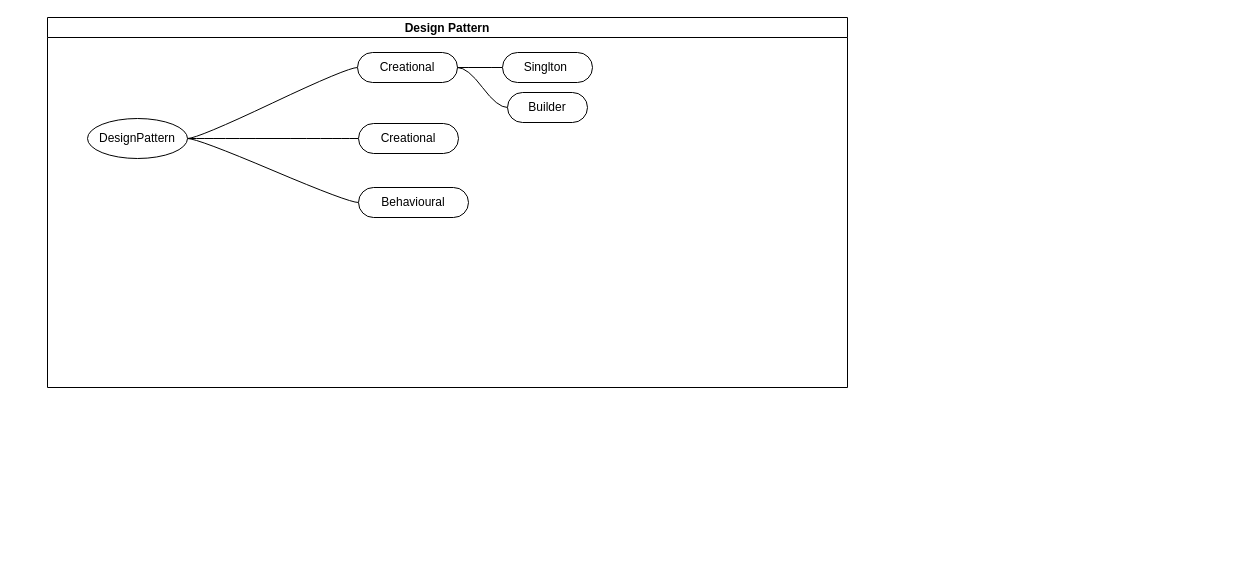
Above: page "Page-1" (1 of 2) of DesignPattern.drawio in MrityunjayPandeyy/Java-Design-Pattern (draw.io), before the change. Source tidied: cells renumbered, new cells numbered last; positions are measured from the earlier drawing's top-left corner, leaving out a move shared by most shapes. Both pictures are drawn from the tidied source at 100%, with x=0, y=0 at pixel (47, 17).
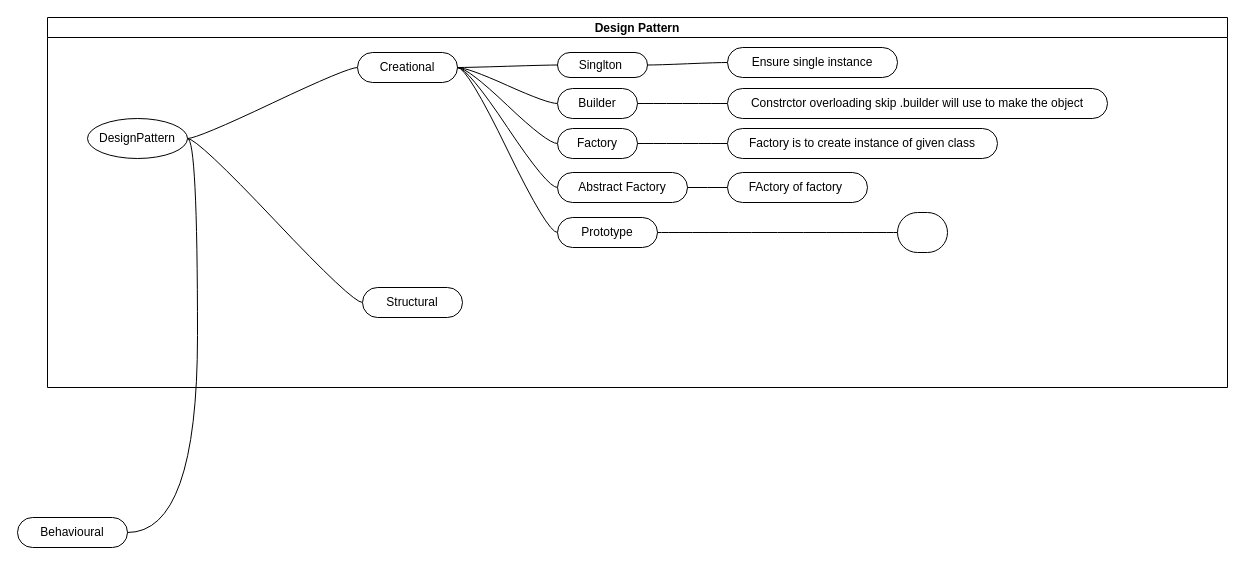
The same diagram, later.

Commit message (it also covers changes not shown here):
Builder Pattern

The change refers to these unchanged cells:
```xml
<mxCell id="6" value="DesignPattern" style="ellipse;whiteSpace=wrap;html=1;align=center;newEdgeStyle={&quot;edgeStyle&quot;:&quot;entityRelationEdgeStyle&quot;,&quot;startArrow&quot;:&quot;none&quot;,&quot;endArrow&quot;:&quot;none&quot;,&quot;segment&quot;:10,&quot;curved&quot;:1,&quot;sourcePerimeterSpacing&quot;:0,&quot;targetPerimeterSpacing&quot;:0};" parent="2" vertex="1">
  <mxGeometry x="40" y="101" width="100" height="40" as="geometry" />
</mxCell>
<mxCell id="7" value="Creational" style="whiteSpace=wrap;html=1;rounded=1;arcSize=50;align=center;verticalAlign=middle;strokeWidth=1;spacing=4;newEdgeStyle={&quot;edgeStyle&quot;:&quot;entityRelationEdgeStyle&quot;,&quot;startArrow&quot;:&quot;none&quot;,&quot;endArrow&quot;:&quot;none&quot;,&quot;segment&quot;:10,&quot;curved&quot;:1,&quot;sourcePerimeterSpacing&quot;:0,&quot;targetPerimeterSpacing&quot;:0};" parent="2" vertex="1">
  <mxGeometry x="310" y="35" width="100" height="30" as="geometry" />
</mxCell>
```

Diff of the diagram source:
```diff
@@
     <mxCell id="2" value="Design Pattern" style="swimlane;startSize=20;horizontal=1;containerType=tree;" parent="1" vertex="1">
-      <mxGeometry width="800" height="370" as="geometry" />
+      <mxGeometry width="1180" height="370" as="geometry" />
     </mxCell>
@@
-    <mxCell id="4" style="edgeStyle=entityRelationEdgeStyle;startArrow=none;endArrow=none;segment=10;curved=1;sourcePerimeterSpacing=0;targetPerimeterSpacing=0;" parent="2" edge="1" source="6" target="8">
-      <mxGeometry relative="1" as="geometry" />
-    </mxCell>
@@
-    <mxCell id="8" value="Behavioural" style="whiteSpace=wrap;html=1;rounded=1;arcSize=50;align=center;verticalAlign=middle;strokeWidth=1;spacing=4;newEdgeStyle={&quot;edgeStyle&quot;:&quot;entityRelationEdgeStyle&quot;,&quot;startArrow&quot;:&quot;none&quot;,&quot;endArrow&quot;:&quot;none&quot;,&quot;segment&quot;:10,&quot;curved&quot;:1,&quot;sourcePerimeterSpacing&quot;:0,&quot;targetPerimeterSpacing&quot;:0};" parent="2" vertex="1">
-      <mxGeometry x="311" y="170" width="110" height="30" as="geometry" />
-    </mxCell>
-    <mxCell id="9" value="Creational" style="whiteSpace=wrap;html=1;rounded=1;arcSize=50;align=center;verticalAlign=middle;strokeWidth=1;spacing=4;newEdgeStyle={&quot;edgeStyle&quot;:&quot;entityRelationEdgeStyle&quot;,&quot;startArrow&quot;:&quot;none&quot;,&quot;endArrow&quot;:&quot;none&quot;,&quot;segment&quot;:10,&quot;curved&quot;:1,&quot;sourcePerimeterSpacing&quot;:0,&quot;targetPerimeterSpacing&quot;:0};" parent="2" vertex="1">
-      <mxGeometry x="311" y="106" width="100" height="30" as="geometry" />
+    <mxCell id="9" value="Structural" style="whiteSpace=wrap;html=1;rounded=1;arcSize=50;align=center;verticalAlign=middle;strokeWidth=1;spacing=4;newEdgeStyle={&quot;edgeStyle&quot;:&quot;entityRelationEdgeStyle&quot;,&quot;startArrow&quot;:&quot;none&quot;,&quot;endArrow&quot;:&quot;none&quot;,&quot;segment&quot;:10,&quot;curved&quot;:1,&quot;sourcePerimeterSpacing&quot;:0,&quot;targetPerimeterSpacing&quot;:0};" parent="2" vertex="1">
+      <mxGeometry x="315" y="270" width="100" height="30" as="geometry" />
     </mxCell>
@@
     <mxCell id="11" value="Singlton&amp;nbsp;" style="whiteSpace=wrap;html=1;rounded=1;arcSize=50;align=center;verticalAlign=middle;strokeWidth=1;spacing=4;newEdgeStyle={&quot;edgeStyle&quot;:&quot;entityRelationEdgeStyle&quot;,&quot;startArrow&quot;:&quot;none&quot;,&quot;endArrow&quot;:&quot;none&quot;,&quot;segment&quot;:10,&quot;curved&quot;:1,&quot;sourcePerimeterSpacing&quot;:0,&quot;targetPerimeterSpacing&quot;:0};" parent="2" vertex="1">
-      <mxGeometry x="455" y="35" width="90" height="30" as="geometry" />
+      <mxGeometry x="510" y="35" width="90" height="25" as="geometry" />
     </mxCell>
@@
     <mxCell id="13" value="Builder" style="whiteSpace=wrap;html=1;rounded=1;arcSize=50;align=center;verticalAlign=middle;strokeWidth=1;spacing=4;newEdgeStyle={&quot;edgeStyle&quot;:&quot;entityRelationEdgeStyle&quot;,&quot;startArrow&quot;:&quot;none&quot;,&quot;endArrow&quot;:&quot;none&quot;,&quot;segment&quot;:10,&quot;curved&quot;:1,&quot;sourcePerimeterSpacing&quot;:0,&quot;targetPerimeterSpacing&quot;:0};" parent="2" vertex="1">
-      <mxGeometry x="460" y="75" width="80" height="30" as="geometry" />
+      <mxGeometry x="510" y="71" width="80" height="30" as="geometry" />
     </mxCell>
+    <mxCell id="14" style="edgeStyle=entityRelationEdgeStyle;startArrow=none;endArrow=none;segment=10;curved=1;sourcePerimeterSpacing=0;targetPerimeterSpacing=0;" parent="2" edge="1" source="7" target="15">
+      <mxGeometry relative="1" as="geometry" />
+    </mxCell>
+    <mxCell id="15" value="Factory" style="whiteSpace=wrap;html=1;rounded=1;arcSize=50;align=center;verticalAlign=middle;strokeWidth=1;spacing=4;newEdgeStyle={&quot;edgeStyle&quot;:&quot;entityRelationEdgeStyle&quot;,&quot;startArrow&quot;:&quot;none&quot;,&quot;endArrow&quot;:&quot;none&quot;,&quot;segment&quot;:10,&quot;curved&quot;:1,&quot;sourcePerimeterSpacing&quot;:0,&quot;targetPerimeterSpacing&quot;:0};" parent="2" vertex="1">
+      <mxGeometry x="510" y="111" width="80" height="30" as="geometry" />
+    </mxCell>
+    <mxCell id="16" style="edgeStyle=entityRelationEdgeStyle;startArrow=none;endArrow=none;segment=10;curved=1;sourcePerimeterSpacing=0;targetPerimeterSpacing=0;" parent="2" edge="1" source="7" target="17">
+      <mxGeometry relative="1" as="geometry" />
+    </mxCell>
+    <mxCell id="17" value="Abstract Factory" style="whiteSpace=wrap;html=1;rounded=1;arcSize=50;align=center;verticalAlign=middle;strokeWidth=1;spacing=4;newEdgeStyle={&quot;edgeStyle&quot;:&quot;entityRelationEdgeStyle&quot;,&quot;startArrow&quot;:&quot;none&quot;,&quot;endArrow&quot;:&quot;none&quot;,&quot;segment&quot;:10,&quot;curved&quot;:1,&quot;sourcePerimeterSpacing&quot;:0,&quot;targetPerimeterSpacing&quot;:0};" parent="2" vertex="1">
+      <mxGeometry x="510" y="155" width="130" height="30" as="geometry" />
+    </mxCell>
+    <mxCell id="18" style="edgeStyle=entityRelationEdgeStyle;startArrow=none;endArrow=none;segment=10;curved=1;sourcePerimeterSpacing=0;targetPerimeterSpacing=0;" parent="2" edge="1" source="7" target="19">
+      <mxGeometry relative="1" as="geometry" />
+    </mxCell>
+    <mxCell id="19" value="Prototype" style="whiteSpace=wrap;html=1;rounded=1;arcSize=50;align=center;verticalAlign=middle;strokeWidth=1;spacing=4;newEdgeStyle={&quot;edgeStyle&quot;:&quot;entityRelationEdgeStyle&quot;,&quot;startArrow&quot;:&quot;none&quot;,&quot;endArrow&quot;:&quot;none&quot;,&quot;segment&quot;:10,&quot;curved&quot;:1,&quot;sourcePerimeterSpacing&quot;:0,&quot;targetPerimeterSpacing&quot;:0};" parent="2" vertex="1">
+      <mxGeometry x="510" y="200" width="100" height="30" as="geometry" />
+    </mxCell>
+    <mxCell id="20" style="edgeStyle=entityRelationEdgeStyle;startArrow=none;endArrow=none;segment=10;curved=1;sourcePerimeterSpacing=0;targetPerimeterSpacing=0;" parent="2" edge="1" source="11" target="21">
+      <mxGeometry relative="1" as="geometry" />
+    </mxCell>
+    <mxCell id="21" value="Ensure single instance" style="whiteSpace=wrap;html=1;rounded=1;arcSize=50;align=center;verticalAlign=middle;strokeWidth=1;spacing=4;newEdgeStyle={&quot;edgeStyle&quot;:&quot;entityRelationEdgeStyle&quot;,&quot;startArrow&quot;:&quot;none&quot;,&quot;endArrow&quot;:&quot;none&quot;,&quot;segment&quot;:10,&quot;curved&quot;:1,&quot;sourcePerimeterSpacing&quot;:0,&quot;targetPerimeterSpacing&quot;:0};" parent="2" vertex="1">
+      <mxGeometry x="680" y="30" width="170" height="30" as="geometry" />
+    </mxCell>
+    <mxCell id="22" style="edgeStyle=entityRelationEdgeStyle;startArrow=none;endArrow=none;segment=10;curved=1;sourcePerimeterSpacing=0;targetPerimeterSpacing=0;" parent="2" edge="1" source="13" target="23">
+      <mxGeometry relative="1" as="geometry" />
+    </mxCell>
+    <mxCell id="23" value="Constrctor overloading skip .builder will use to make the object" style="whiteSpace=wrap;html=1;rounded=1;arcSize=50;align=center;verticalAlign=middle;strokeWidth=1;spacing=4;newEdgeStyle={&quot;edgeStyle&quot;:&quot;entityRelationEdgeStyle&quot;,&quot;startArrow&quot;:&quot;none&quot;,&quot;endArrow&quot;:&quot;none&quot;,&quot;segment&quot;:10,&quot;curved&quot;:1,&quot;sourcePerimeterSpacing&quot;:0,&quot;targetPerimeterSpacing&quot;:0};" parent="2" vertex="1">
+      <mxGeometry x="680" y="71" width="380" height="30" as="geometry" />
+    </mxCell>
+    <mxCell id="24" style="edgeStyle=entityRelationEdgeStyle;startArrow=none;endArrow=none;segment=10;curved=1;sourcePerimeterSpacing=0;targetPerimeterSpacing=0;" parent="2" edge="1" source="15" target="25">
+      <mxGeometry relative="1" as="geometry" />
+    </mxCell>
+    <mxCell id="25" value="Factory is to create instance of given class" style="whiteSpace=wrap;html=1;rounded=1;arcSize=50;align=center;verticalAlign=middle;strokeWidth=1;spacing=4;newEdgeStyle={&quot;edgeStyle&quot;:&quot;entityRelationEdgeStyle&quot;,&quot;startArrow&quot;:&quot;none&quot;,&quot;endArrow&quot;:&quot;none&quot;,&quot;segment&quot;:10,&quot;curved&quot;:1,&quot;sourcePerimeterSpacing&quot;:0,&quot;targetPerimeterSpacing&quot;:0};" parent="2" vertex="1">
+      <mxGeometry x="680" y="111" width="270" height="30" as="geometry" />
+    </mxCell>
+    <mxCell id="26" style="edgeStyle=entityRelationEdgeStyle;startArrow=none;endArrow=none;segment=10;curved=1;sourcePerimeterSpacing=0;targetPerimeterSpacing=0;" parent="2" edge="1" source="17" target="27">
+      <mxGeometry relative="1" as="geometry" />
+    </mxCell>
+    <mxCell id="27" value="FActory of factory&amp;nbsp;&lt;br&gt;" style="whiteSpace=wrap;html=1;rounded=1;arcSize=50;align=center;verticalAlign=middle;strokeWidth=1;spacing=4;newEdgeStyle={&quot;edgeStyle&quot;:&quot;entityRelationEdgeStyle&quot;,&quot;startArrow&quot;:&quot;none&quot;,&quot;endArrow&quot;:&quot;none&quot;,&quot;segment&quot;:10,&quot;curved&quot;:1,&quot;sourcePerimeterSpacing&quot;:0,&quot;targetPerimeterSpacing&quot;:0};" parent="2" vertex="1">
+      <mxGeometry x="680" y="155" width="140" height="30" as="geometry" />
+    </mxCell>
+    <mxCell id="28" style="edgeStyle=entityRelationEdgeStyle;startArrow=none;endArrow=none;segment=10;curved=1;sourcePerimeterSpacing=0;targetPerimeterSpacing=0;" parent="2" edge="1" source="19" target="29">
+      <mxGeometry relative="1" as="geometry" />
+    </mxCell>
+    <mxCell id="29" style="whiteSpace=wrap;html=1;rounded=1;arcSize=50;align=center;verticalAlign=middle;strokeWidth=1;spacing=4;newEdgeStyle={&quot;edgeStyle&quot;:&quot;entityRelationEdgeStyle&quot;,&quot;startArrow&quot;:&quot;none&quot;,&quot;endArrow&quot;:&quot;none&quot;,&quot;segment&quot;:10,&quot;curved&quot;:1,&quot;sourcePerimeterSpacing&quot;:0,&quot;targetPerimeterSpacing&quot;:0};" parent="2" vertex="1">
+      <mxGeometry x="850" y="195" width="50" height="40" as="geometry" />
+    </mxCell>
+    <mxCell id="8" value="Behavioural" style="whiteSpace=wrap;html=1;rounded=1;arcSize=50;align=center;verticalAlign=middle;strokeWidth=1;spacing=4;newEdgeStyle={&quot;edgeStyle&quot;:&quot;entityRelationEdgeStyle&quot;,&quot;startArrow&quot;:&quot;none&quot;,&quot;endArrow&quot;:&quot;none&quot;,&quot;segment&quot;:10,&quot;curved&quot;:1,&quot;sourcePerimeterSpacing&quot;:0,&quot;targetPerimeterSpacing&quot;:0};" parent="1" vertex="1">
+      <mxGeometry x="-30" y="500" width="110" height="30" as="geometry" />
+    </mxCell>
+    <mxCell id="4" style="edgeStyle=entityRelationEdgeStyle;startArrow=none;endArrow=none;segment=10;curved=1;sourcePerimeterSpacing=0;targetPerimeterSpacing=0;" parent="1" edge="1" source="6" target="8">
+      <mxGeometry relative="1" as="geometry" />
+    </mxCell>
```
